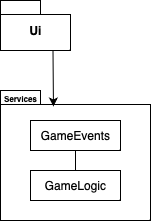
Above: dokumentaatio/kuvat/pakkauskaavio.png in rauhja/ot-harjoitustyo (draw.io), before the change. Source tidied: cells renumbered, new cells last; positions are measured from the earlier drawing's top-left corner, leaving out a move shared by most shapes. Source of this version:
```xml
<mxGraphModel>
  <root>
    <mxCell id="0" />
    <mxCell id="1" parent="0" />
    <mxCell id="2" value="Ui" style="shape=folder;fontStyle=1;spacingTop=10;tabWidth=40;tabHeight=14;tabPosition=left;html=1;" parent="1" vertex="1">
      <mxGeometry width="70" height="50" as="geometry" />
    </mxCell>
    <mxCell id="3" value="&lt;div style=&quot;font-size: 8px;&quot;&gt;Services&lt;/div&gt;" style="shape=folder;fontStyle=1;spacingTop=10;tabWidth=40;tabHeight=14;tabPosition=left;html=1;labelPosition=left;verticalLabelPosition=top;align=right;verticalAlign=bottom;fontSize=8;textDirection=ltr;horizontal=1;movableLabel=1;noLabel=0;" parent="1" vertex="1">
      <mxGeometry y="90" width="150" height="130" as="geometry">
        <mxPoint x="38" y="16" as="offset" />
      </mxGeometry>
    </mxCell>
    <mxCell id="4" value="GameEvents" style="html=1;" parent="1" vertex="1">
      <mxGeometry x="30" y="120" width="90" height="30" as="geometry" />
    </mxCell>
    <mxCell id="5" value="GameLogic" style="html=1;" parent="1" vertex="1">
      <mxGeometry x="30" y="170" width="90" height="30" as="geometry" />
    </mxCell>
    <mxCell id="6" style="endArrow=classic;html=1;rounded=0;exitX=0.75;exitY=1;exitDx=0;exitDy=0;exitPerimeter=0;entryX=0.353;entryY=0.123;entryDx=0;entryDy=0;entryPerimeter=0;" parent="1" edge="1" source="2" target="3">
      <mxGeometry relative="1" as="geometry" />
    </mxCell>
    <mxCell id="7" style="endArrow=none;html=1;rounded=0;entryX=0.5;entryY=1;entryDx=0;entryDy=0;exitX=0.5;exitY=0;exitDx=0;exitDy=0;" parent="1" edge="1" source="5" target="4">
      <mxGeometry relative="1" as="geometry" />
    </mxCell>
  </root>
</mxGraphModel>
```
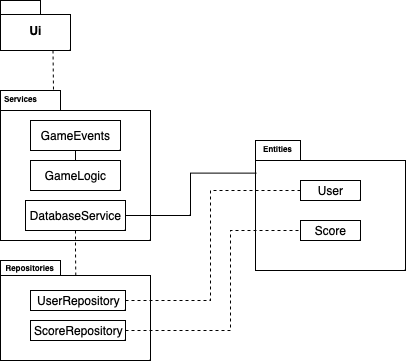
The same file after the commit.

Diff of the diagram source:
```diff
@@ -5,8 +5,8 @@
     <mxCell id="2" value="Ui" style="shape=folder;fontStyle=1;spacingTop=10;tabWidth=40;tabHeight=14;tabPosition=left;html=1;" parent="1" vertex="1">
       <mxGeometry width="70" height="50" as="geometry" />
     </mxCell>
-    <mxCell id="3" value="&lt;div style=&quot;font-size: 8px;&quot;&gt;Services&lt;/div&gt;" style="shape=folder;fontStyle=1;spacingTop=10;tabWidth=40;tabHeight=14;tabPosition=left;html=1;labelPosition=left;verticalLabelPosition=top;align=right;verticalAlign=bottom;fontSize=8;textDirection=ltr;horizontal=1;movableLabel=1;noLabel=0;" parent="1" vertex="1">
-      <mxGeometry y="90" width="150" height="130" as="geometry">
+    <mxCell id="3" value="&lt;div style=&quot;font-size: 8px;&quot;&gt;Services&lt;/div&gt;" style="shape=folder;fontStyle=1;spacingTop=10;tabWidth=60;tabHeight=20;tabPosition=left;html=1;labelPosition=left;verticalLabelPosition=top;align=right;verticalAlign=bottom;fontSize=8;textDirection=ltr;horizontal=1;movableLabel=1;noLabel=0;" parent="1" vertex="1">
+      <mxGeometry y="90" width="150" height="150" as="geometry">
         <mxPoint x="38" y="16" as="offset" />
       </mxGeometry>
     </mxCell>
@@ -14,13 +14,62 @@
       <mxGeometry x="30" y="120" width="90" height="30" as="geometry" />
     </mxCell>
     <mxCell id="5" value="GameLogic" style="html=1;" parent="1" vertex="1">
-      <mxGeometry x="30" y="170" width="90" height="30" as="geometry" />
+      <mxGeometry x="30" y="160" width="90" height="30" as="geometry" />
     </mxCell>
-    <mxCell id="6" style="endArrow=classic;html=1;rounded=0;exitX=0.75;exitY=1;exitDx=0;exitDy=0;exitPerimeter=0;entryX=0.353;entryY=0.123;entryDx=0;entryDy=0;entryPerimeter=0;" parent="1" edge="1" source="2" target="3">
-      <mxGeometry relative="1" as="geometry" />
+    <mxCell id="6" style="endArrow=none;html=1;rounded=0;exitX=0.75;exitY=1;exitDx=0;exitDy=0;exitPerimeter=0;endFill=0;dashed=1;" parent="1" edge="1" source="2">
+      <mxGeometry relative="1" as="geometry">
+        <mxPoint x="53" y="90" as="targetPoint" />
+      </mxGeometry>
     </mxCell>
     <mxCell id="7" style="endArrow=none;html=1;rounded=0;entryX=0.5;entryY=1;entryDx=0;entryDy=0;exitX=0.5;exitY=0;exitDx=0;exitDy=0;" parent="1" edge="1" source="5" target="4">
       <mxGeometry relative="1" as="geometry" />
     </mxCell>
+    <mxCell id="8" value="&lt;div style=&quot;font-size: 8px;&quot;&gt;Repositories&lt;/div&gt;" style="shape=folder;fontStyle=1;spacingTop=10;tabWidth=60;tabHeight=15;tabPosition=left;html=1;labelPosition=left;verticalLabelPosition=top;align=right;verticalAlign=bottom;fontSize=8;textDirection=ltr;horizontal=1;movableLabel=1;noLabel=0;" parent="1" vertex="1">
+      <mxGeometry y="260" width="150" height="100" as="geometry">
+        <mxPoint x="55" y="15" as="offset" />
+      </mxGeometry>
+    </mxCell>
+    <mxCell id="9" value="&lt;div style=&quot;font-size: 8px;&quot;&gt;Entities&lt;/div&gt;" style="shape=folder;fontStyle=1;spacingTop=10;tabWidth=45;tabHeight=20;tabPosition=left;html=1;labelPosition=left;verticalLabelPosition=top;align=right;verticalAlign=bottom;fontSize=8;textDirection=ltr;horizontal=1;movableLabel=1;noLabel=0;" parent="1" vertex="1">
+      <mxGeometry x="255" y="140" width="150" height="130" as="geometry">
+        <mxPoint x="38" y="16" as="offset" />
+      </mxGeometry>
+    </mxCell>
+    <mxCell id="10" style="edgeStyle=orthogonalEdgeStyle;rounded=0;jettySize=auto;html=1;entryX=0.007;entryY=0.251;entryDx=0;entryDy=0;entryPerimeter=0;endArrow=none;endFill=0;" parent="1" edge="1" source="12" target="9">
+      <mxGeometry relative="1" as="geometry" />
+    </mxCell>
+    <mxCell id="11" style="edgeStyle=orthogonalEdgeStyle;rounded=0;jettySize=auto;html=1;entryX=0.502;entryY=0.163;entryDx=0;entryDy=0;entryPerimeter=0;dashed=1;endArrow=none;endFill=0;" parent="1" edge="1" source="12" target="8">
+      <mxGeometry relative="1" as="geometry" />
+    </mxCell>
+    <mxCell id="12" value="DatabaseService" style="html=1;" parent="1" vertex="1">
+      <mxGeometry x="25" y="200" width="100" height="30" as="geometry" />
+    </mxCell>
+    <mxCell id="13" value="User" style="html=1;" parent="1" vertex="1">
+      <mxGeometry x="300" y="180" width="60" height="20" as="geometry" />
+    </mxCell>
+    <mxCell id="14" value="Score" style="html=1;" parent="1" vertex="1">
+      <mxGeometry x="300" y="220" width="60" height="20" as="geometry" />
+    </mxCell>
+    <mxCell id="15" style="edgeStyle=orthogonalEdgeStyle;rounded=0;jettySize=auto;html=1;dashed=1;entryX=0;entryY=0.5;entryDx=0;entryDy=0;endArrow=none;endFill=0;" parent="1" edge="1" source="16" target="13">
+      <mxGeometry relative="1" as="geometry">
+        <Array as="points">
+          <mxPoint x="210" y="300" />
+          <mxPoint x="210" y="190" />
+        </Array>
+      </mxGeometry>
+    </mxCell>
+    <mxCell id="16" value="UserRepository" style="html=1;" parent="1" vertex="1">
+      <mxGeometry x="30" y="290" width="95" height="20" as="geometry" />
+    </mxCell>
+    <mxCell id="17" style="edgeStyle=orthogonalEdgeStyle;rounded=0;jettySize=auto;html=1;entryX=0;entryY=0.5;entryDx=0;entryDy=0;dashed=1;endArrow=none;endFill=0;" parent="1" edge="1" source="18" target="14">
+      <mxGeometry relative="1" as="geometry">
+        <Array as="points">
+          <mxPoint x="230" y="330" />
+          <mxPoint x="230" y="230" />
+        </Array>
+      </mxGeometry>
+    </mxCell>
+    <mxCell id="18" value="ScoreRepository" style="html=1;" parent="1" vertex="1">
+      <mxGeometry x="30" y="320" width="95" height="20" as="geometry" />
+    </mxCell>
   </root>
 </mxGraphModel>
```
